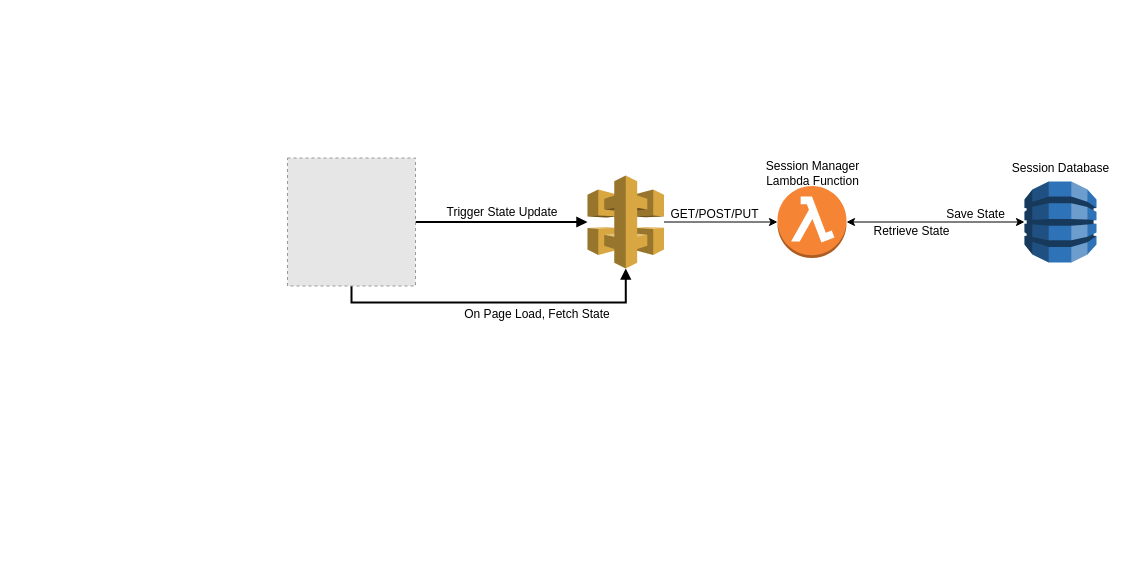
The draw.io diagram docs/Flow Chart.drawio in tylerdoll/time, before the edit. Source tidied: cells renumbered, new cells numbered last; positions are measured from the earlier drawing's top-left corner, leaving out a move shared by most shapes. Both pictures are drawn from the tidied source at 100%, with x=0, y=0 at pixel (287, 157). Pictures stored in the file or linked from it are replaced by grey dashed boxes.
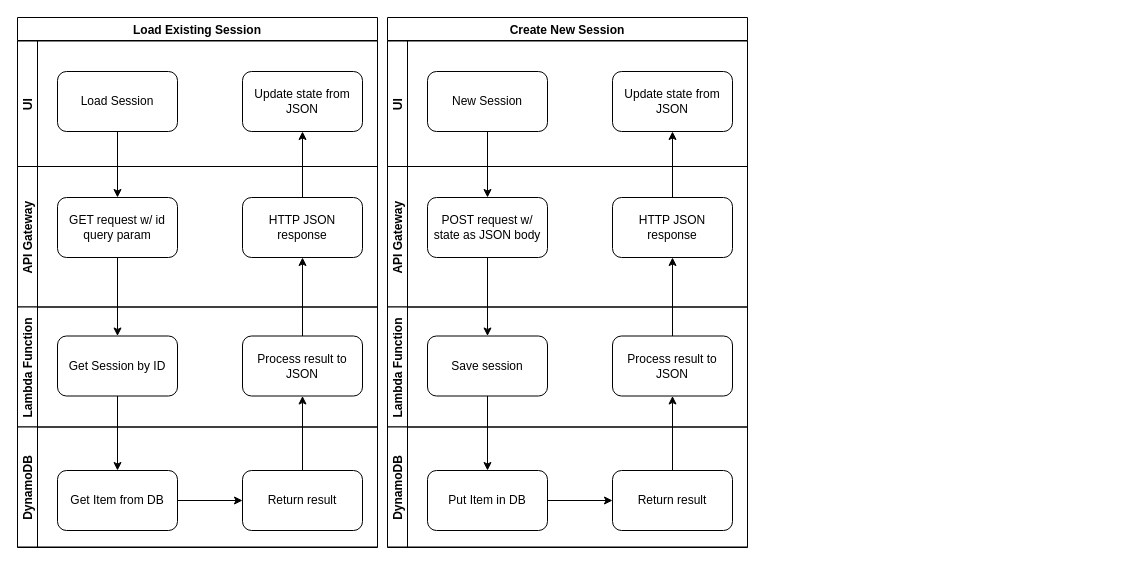
The same page after the edit.

The edit, as a diff of the source:
```diff
@@
-    <mxCell id="2" value="&lt;div style='width: 94.0px;height:auto;word-break: break-word;'&gt;&lt;div align=&quot;center&quot;&gt;&lt;span style=&quot;font-size: 12px; font-family: Arial; white-space: pre-wrap; text-decoration: none; line-height: 14px; color: rgb(0, 0, 0);&quot;&gt;Save State&lt;/span&gt;&lt;/div&gt;&lt;/div&gt;" style="text;html=1;nl2Br=0;html=1;nl2Br=0;verticalAlign=middle;align=center;spacingLeft=0.0;spacingRight=0;whiteSpace=wrap;gliffyId=9;" parent="1" vertex="1">
-      <mxGeometry x="640" y="50" width="97" height="14" as="geometry" />
-    </mxCell>
-    <mxCell id="3" value="&lt;div style='width: 106.0px;height:auto;word-break: break-word;'&gt;&lt;div align=&quot;center&quot;&gt;&lt;span style=&quot;font-size: 12px; font-family: Arial; white-space: pre-wrap; text-decoration: none; line-height: 14px; color: rgb(0, 0, 0);&quot;&gt;Retrieve State&lt;/span&gt;&lt;/div&gt;&lt;/div&gt;" style="text;html=1;nl2Br=0;html=1;nl2Br=0;verticalAlign=middle;align=center;spacingLeft=0.0;spacingRight=0;whiteSpace=wrap;gliffyId=10;" parent="1" vertex="1">
-      <mxGeometry x="570" y="67" width="109" height="14" as="geometry" />
-    </mxCell>
-    <mxCell id="4" style="shape=filledEdge;strokeWidth=2;strokeColor=#000000;fillColor=none;startArrow=none;startFill=0;startSize=6;endArrow=block;endFill=1;endSize=6;rounded=0;gliffyId=21;edgeStyle=orthogonalEdgeStyle;" parent="1" edge="1" source="10" target="11">
-      <mxGeometry relative="1" as="geometry" />
-    </mxCell>
-    <mxCell id="5" value="&lt;div style=&quot;width: 147.0px ; height: auto ; word-break: break-word&quot;&gt;&lt;div align=&quot;center&quot;&gt;&lt;span style=&quot;font-size: 12px ; font-family: &amp;#34;arial&amp;#34; ; white-space: pre-wrap ; text-decoration: none ; line-height: 14px ; color: rgb(0 , 0 , 0)&quot;&gt;Trigger State Update&lt;/span&gt;&lt;/div&gt;&lt;/div&gt;" style="text;html=1;nl2Br=0;html=1;nl2Br=0;verticalAlign=middle;align=center;spacingLeft=0.0;spacingRight=0;whiteSpace=wrap;gliffyId=23;" parent="1" vertex="1">
-      <mxGeometry x="140" y="47.5" width="150" height="14" as="geometry" />
-    </mxCell>
-    <mxCell id="6" style="shape=filledEdge;strokeWidth=2;strokeColor=#000000;fillColor=none;startArrow=block;startFill=1;startSize=6;endArrow=none;endFill=0;endSize=6;rounded=0;gliffyId=26;edgeStyle=orthogonalEdgeStyle;entryX=0.5;entryY=1;entryDx=0;entryDy=0;exitX=0.5;exitY=1;exitDx=0;exitDy=0;exitPerimeter=0;" parent="1" edge="1" source="11" target="10">
-      <mxGeometry relative="1" as="geometry">
-        <Array as="points">
-          <mxPoint x="338" y="145" />
-          <mxPoint x="64" y="145" />
-        </Array>
-      </mxGeometry>
-    </mxCell>
-    <mxCell id="7" value="&lt;div style='width: 147.0px;height:auto;word-break: break-word;'&gt;&lt;div align=&quot;center&quot;&gt;&lt;span style=&quot;font-size: 12px; font-family: Arial; white-space: pre-wrap; text-decoration: none; line-height: 14px; color: rgb(0, 0, 0);&quot;&gt;On Page Load, Fetch State&lt;/span&gt;&lt;/div&gt;&lt;/div&gt;" style="text;html=1;nl2Br=0;html=1;nl2Br=0;verticalAlign=middle;align=center;spacingLeft=0.0;spacingRight=0;whiteSpace=wrap;gliffyId=28;" parent="1" vertex="1">
-      <mxGeometry x="175" y="149.5" width="150" height="14" as="geometry" />
-    </mxCell>
-    <mxCell id="8" style="outlineConnect=0;dashed=0;verticalLabelPosition=bottom;verticalAlign=top;align=center;html=1;shape=mxgraph.aws3.dynamo_db;fillColor=#2E73B8;gradientColor=none;" parent="1" vertex="1">
-      <mxGeometry x="737" y="24" width="72" height="81" as="geometry" />
-    </mxCell>
-    <mxCell id="9" value="Session Database" style="text;html=1;align=center;verticalAlign=middle;" parent="1" vertex="1">
-      <mxGeometry x="718" y="1" width="110" height="20" as="geometry" />
-    </mxCell>
-    <mxCell id="10" style="fillColor=#E6E6E6;strokeColor=#999999;dashed=1;html=1;verticalAlign=top;verticalLabelPosition=bottom;labelBackgroundColor=#ffffff;" parent="1" vertex="1">
-      <mxGeometry y="0.5" width="128" height="128" as="geometry" />
-    </mxCell>
-    <mxCell id="11" style="outlineConnect=0;dashed=0;verticalLabelPosition=bottom;verticalAlign=top;align=center;html=1;shape=mxgraph.aws3.api_gateway;fillColor=#D9A741;gradientColor=none;" parent="1" vertex="1">
-      <mxGeometry x="300" y="18" width="76.5" height="93" as="geometry" />
-    </mxCell>
-    <mxCell id="12" style="outlineConnect=0;dashed=0;verticalLabelPosition=bottom;verticalAlign=top;align=center;html=1;shape=mxgraph.aws3.lambda_function;fillColor=#F58534;gradientColor=none;" parent="1" vertex="1">
-      <mxGeometry x="490" y="28.5" width="69" height="72" as="geometry" />
-    </mxCell>
-    <mxCell id="13" style="endArrow=classic;html=1;entryX=0;entryY=0.5;entryDx=0;entryDy=0;entryPerimeter=0;" parent="1" edge="1" source="11" target="12">
-      <mxGeometry relative="1" as="geometry" />
-    </mxCell>
-    <mxCell id="14" value="GET/POST/PUT" style="text;html=1;align=center;verticalAlign=middle;" parent="1" vertex="1">
-      <mxGeometry x="376.5" y="47" width="100" height="20" as="geometry" />
-    </mxCell>
-    <mxCell id="15" value="Session Manager&lt;br&gt;Lambda Function" style="text;html=1;align=center;verticalAlign=middle;" parent="1" vertex="1">
-      <mxGeometry x="469.5" y="1" width="110" height="30" as="geometry" />
-    </mxCell>
-    <mxCell id="16" style="endArrow=classic;startArrow=classic;html=1;" parent="1" edge="1" source="12" target="8">
-      <mxGeometry relative="1" as="geometry" />
-    </mxCell>
+    <mxCell id="17" value="Load Existing Session" style="swimlane;" parent="1" vertex="1">
+      <mxGeometry x="-270" y="-140" width="360" height="530" as="geometry" />
+    </mxCell>
+    <mxCell id="18" value="UI" style="swimlane;startSize=20;horizontal=0;" parent="17" vertex="1">
+      <mxGeometry y="23.5" width="360" height="125.5" as="geometry" />
+    </mxCell>
+    <mxCell id="19" value="Load Session" style="rounded=1;whiteSpace=wrap;html=1;" parent="18" vertex="1">
+      <mxGeometry x="40" y="30.5" width="120" height="60" as="geometry" />
+    </mxCell>
+    <mxCell id="20" value="Update state from JSON" style="rounded=1;whiteSpace=wrap;html=1;" parent="18" vertex="1">
+      <mxGeometry x="225" y="30.5" width="120" height="60" as="geometry" />
+    </mxCell>
+    <mxCell id="21" value="API Gateway" style="swimlane;startSize=20;horizontal=0;" parent="17" vertex="1">
+      <mxGeometry y="149" width="360" height="140.5" as="geometry" />
+    </mxCell>
+    <mxCell id="22" value="GET request w/ id query param" style="rounded=1;whiteSpace=wrap;html=1;" parent="21" vertex="1">
+      <mxGeometry x="40" y="31" width="120" height="60" as="geometry" />
+    </mxCell>
+    <mxCell id="23" value="HTTP JSON response" style="rounded=1;whiteSpace=wrap;html=1;" parent="21" vertex="1">
+      <mxGeometry x="225" y="31" width="120" height="60" as="geometry" />
+    </mxCell>
+    <mxCell id="24" value="Lambda Function" style="swimlane;startSize=20;horizontal=0;" parent="17" vertex="1">
+      <mxGeometry y="289.5" width="360" height="120" as="geometry" />
+    </mxCell>
+    <mxCell id="25" value="Get Session by ID" style="rounded=1;whiteSpace=wrap;html=1;" parent="24" vertex="1">
+      <mxGeometry x="40" y="29" width="120" height="60" as="geometry" />
+    </mxCell>
+    <mxCell id="26" value="Process result to JSON" style="rounded=1;whiteSpace=wrap;html=1;" parent="24" vertex="1">
+      <mxGeometry x="225" y="29" width="120" height="60" as="geometry" />
+    </mxCell>
+    <mxCell id="27" value="DynamoDB" style="swimlane;startSize=20;horizontal=0;" parent="17" vertex="1">
+      <mxGeometry y="409.5" width="360" height="120" as="geometry" />
+    </mxCell>
+    <mxCell id="28" style="edgeStyle=orthogonalEdgeStyle;rounded=0;jettySize=auto;html=1;" parent="27" edge="1" source="29" target="30">
+      <mxGeometry relative="1" as="geometry" />
+    </mxCell>
+    <mxCell id="29" value="Get Item from DB" style="rounded=1;whiteSpace=wrap;html=1;" parent="27" vertex="1">
+      <mxGeometry x="40" y="43.5" width="120" height="60" as="geometry" />
+    </mxCell>
+    <mxCell id="30" value="Return result" style="rounded=1;whiteSpace=wrap;html=1;" parent="27" vertex="1">
+      <mxGeometry x="225" y="43.5" width="120" height="60" as="geometry" />
+    </mxCell>
+    <mxCell id="31" style="edgeStyle=orthogonalEdgeStyle;rounded=0;jettySize=auto;html=1;exitX=0.5;exitY=1;exitDx=0;exitDy=0;entryX=0.5;entryY=0;entryDx=0;entryDy=0;" parent="17" edge="1" source="19" target="22">
+      <mxGeometry relative="1" as="geometry" />
+    </mxCell>
+    <mxCell id="32" style="edgeStyle=orthogonalEdgeStyle;rounded=0;jettySize=auto;html=1;" parent="17" edge="1" source="22" target="25">
+      <mxGeometry relative="1" as="geometry" />
+    </mxCell>
+    <mxCell id="33" style="edgeStyle=orthogonalEdgeStyle;rounded=0;jettySize=auto;html=1;" parent="17" edge="1" source="25" target="29">
+      <mxGeometry relative="1" as="geometry" />
+    </mxCell>
+    <mxCell id="34" style="edgeStyle=orthogonalEdgeStyle;rounded=0;jettySize=auto;html=1;entryX=0.5;entryY=1;entryDx=0;entryDy=0;" parent="17" edge="1" source="30" target="26">
+      <mxGeometry relative="1" as="geometry" />
+    </mxCell>
+    <mxCell id="35" style="edgeStyle=orthogonalEdgeStyle;rounded=0;jettySize=auto;html=1;" parent="17" edge="1" source="26" target="23">
+      <mxGeometry relative="1" as="geometry" />
+    </mxCell>
+    <mxCell id="36" style="edgeStyle=orthogonalEdgeStyle;rounded=0;jettySize=auto;html=1;" parent="17" edge="1" source="23" target="20">
+      <mxGeometry relative="1" as="geometry" />
+    </mxCell>
+    <mxCell id="37" value="Create New Session" style="swimlane;" parent="1" vertex="1">
+      <mxGeometry x="100" y="-140" width="360" height="530" as="geometry" />
+    </mxCell>
+    <mxCell id="38" value="UI" style="swimlane;startSize=20;horizontal=0;" parent="37" vertex="1">
+      <mxGeometry y="23.5" width="360" height="125.5" as="geometry" />
+    </mxCell>
+    <mxCell id="39" value="New Session" style="rounded=1;whiteSpace=wrap;html=1;" parent="38" vertex="1">
+      <mxGeometry x="40" y="30.5" width="120" height="60" as="geometry" />
+    </mxCell>
+    <mxCell id="40" value="Update state from JSON" style="rounded=1;whiteSpace=wrap;html=1;" parent="38" vertex="1">
+      <mxGeometry x="225" y="30.5" width="120" height="60" as="geometry" />
+    </mxCell>
+    <mxCell id="41" value="API Gateway" style="swimlane;startSize=20;horizontal=0;" parent="37" vertex="1">
+      <mxGeometry y="149" width="360" height="140.5" as="geometry" />
+    </mxCell>
+    <mxCell id="42" value="POST request w/ state as JSON body" style="rounded=1;whiteSpace=wrap;html=1;" parent="41" vertex="1">
+      <mxGeometry x="40" y="31" width="120" height="60" as="geometry" />
+    </mxCell>
+    <mxCell id="43" value="HTTP JSON response" style="rounded=1;whiteSpace=wrap;html=1;" parent="41" vertex="1">
+      <mxGeometry x="225" y="31" width="120" height="60" as="geometry" />
+    </mxCell>
+    <mxCell id="44" value="Lambda Function" style="swimlane;startSize=20;horizontal=0;" parent="37" vertex="1">
+      <mxGeometry y="289.5" width="360" height="120" as="geometry" />
+    </mxCell>
+    <mxCell id="45" value="Save session" style="rounded=1;whiteSpace=wrap;html=1;" parent="44" vertex="1">
+      <mxGeometry x="40" y="29" width="120" height="60" as="geometry" />
+    </mxCell>
+    <mxCell id="46" value="Process result to JSON" style="rounded=1;whiteSpace=wrap;html=1;" parent="44" vertex="1">
+      <mxGeometry x="225" y="29" width="120" height="60" as="geometry" />
+    </mxCell>
+    <mxCell id="47" value="DynamoDB" style="swimlane;startSize=20;horizontal=0;" parent="37" vertex="1">
+      <mxGeometry y="409.5" width="360" height="120" as="geometry" />
+    </mxCell>
+    <mxCell id="48" style="edgeStyle=orthogonalEdgeStyle;rounded=0;jettySize=auto;html=1;" parent="47" edge="1" source="49" target="50">
+      <mxGeometry relative="1" as="geometry" />
+    </mxCell>
+    <mxCell id="49" value="Put Item in DB" style="rounded=1;whiteSpace=wrap;html=1;" parent="47" vertex="1">
+      <mxGeometry x="40" y="43.5" width="120" height="60" as="geometry" />
+    </mxCell>
+    <mxCell id="50" value="Return result" style="rounded=1;whiteSpace=wrap;html=1;" parent="47" vertex="1">
+      <mxGeometry x="225" y="43.5" width="120" height="60" as="geometry" />
+    </mxCell>
+    <mxCell id="51" style="edgeStyle=orthogonalEdgeStyle;rounded=0;jettySize=auto;html=1;exitX=0.5;exitY=1;exitDx=0;exitDy=0;entryX=0.5;entryY=0;entryDx=0;entryDy=0;" parent="37" edge="1" source="39" target="42">
+      <mxGeometry relative="1" as="geometry" />
+    </mxCell>
+    <mxCell id="52" style="edgeStyle=orthogonalEdgeStyle;rounded=0;jettySize=auto;html=1;" parent="37" edge="1" source="42" target="45">
+      <mxGeometry relative="1" as="geometry" />
+    </mxCell>
+    <mxCell id="53" style="edgeStyle=orthogonalEdgeStyle;rounded=0;jettySize=auto;html=1;" parent="37" edge="1" source="45" target="49">
+      <mxGeometry relative="1" as="geometry" />
+    </mxCell>
+    <mxCell id="54" style="edgeStyle=orthogonalEdgeStyle;rounded=0;jettySize=auto;html=1;entryX=0.5;entryY=1;entryDx=0;entryDy=0;" parent="37" edge="1" source="50" target="46">
+      <mxGeometry relative="1" as="geometry" />
+    </mxCell>
+    <mxCell id="55" style="edgeStyle=orthogonalEdgeStyle;rounded=0;jettySize=auto;html=1;" parent="37" edge="1" source="46" target="43">
+      <mxGeometry relative="1" as="geometry" />
+    </mxCell>
+    <mxCell id="56" style="edgeStyle=orthogonalEdgeStyle;rounded=0;jettySize=auto;html=1;" parent="37" edge="1" source="43" target="40">
+      <mxGeometry relative="1" as="geometry" />
+    </mxCell>
```
